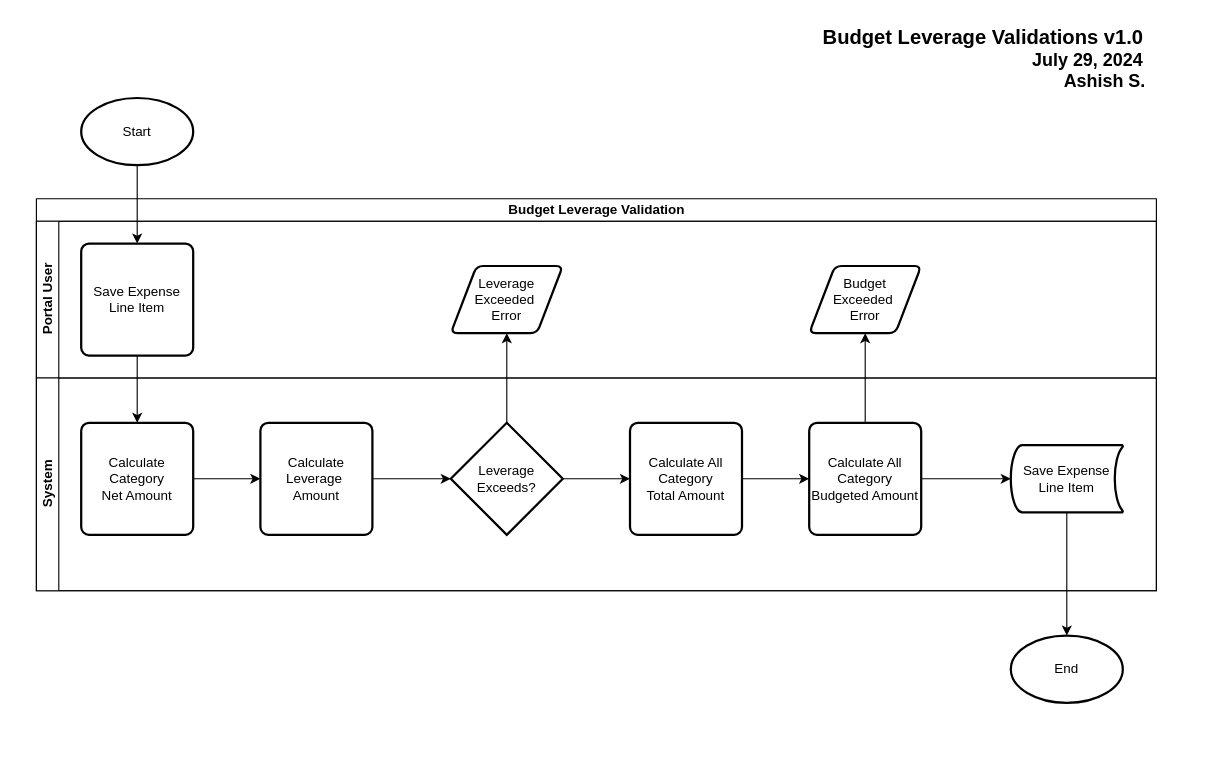
Above: ODH/Ohio.drawio in AshishSinghSFDC/System-Design (draw.io), before the change. Source tidied: cells renumbered, new cells numbered last; positions are measured from the earlier drawing's top-left corner, leaving out a move shared by most shapes. Both pictures are drawn from the tidied source at 112%, with x=0, y=0 at pixel (36, 19).
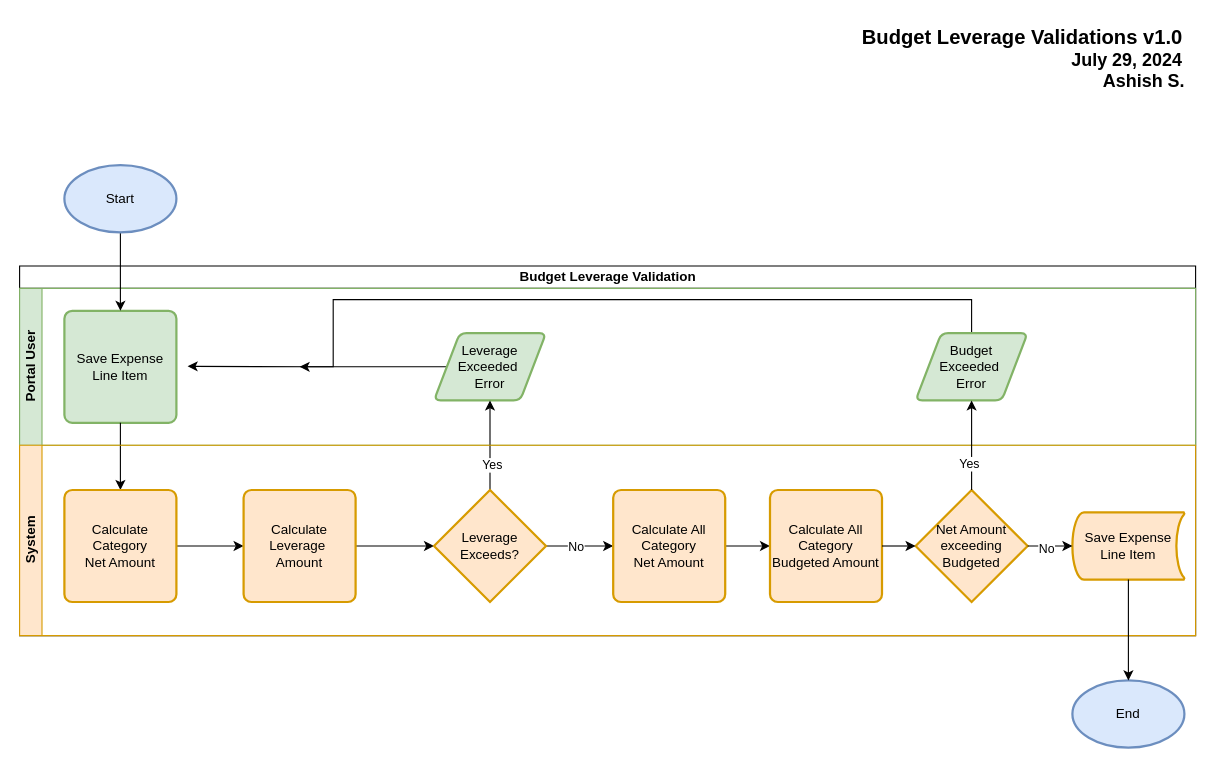
The same page after the edit.

Unchanged cells that the change refers to:
```xml
<mxCell id="12" style="edgeStyle=orthogonalEdgeStyle;rounded=0;jettySize=auto;html=1;" parent="7" edge="1" source="13" target="15">
  <mxGeometry relative="1" as="geometry" />
</mxCell>
```

Change to the diagram source:
```diff
@@
     <mxCell id="2" value="Budget Leverage Validation" style="swimlane;horizontal=1;startSize=20;html=1;" parent="1" vertex="1">
-      <mxGeometry y="160" width="1000" height="350" as="geometry" />
+      <mxGeometry x="-15" y="220" width="1050" height="330" as="geometry" />
     </mxCell>
-    <mxCell id="3" value="Portal User" style="swimlane;startSize=20;horizontal=0;html=1;" parent="2" vertex="1">
-      <mxGeometry y="20" width="1000" height="140" as="geometry" />
+    <mxCell id="3" value="Portal User" style="swimlane;startSize=20;horizontal=0;html=1;fillColor=#d5e8d4;strokeColor=#82b366;" parent="2" vertex="1">
+      <mxGeometry y="20" width="1050" height="140" as="geometry" />
     </mxCell>
-    <mxCell id="4" value="Save Expense Line Item" style="rounded=1;whiteSpace=wrap;html=1;absoluteArcSize=1;arcSize=14;strokeWidth=2;" parent="3" vertex="1">
+    <mxCell id="4" value="Save Expense Line Item" style="rounded=1;whiteSpace=wrap;html=1;absoluteArcSize=1;arcSize=14;strokeWidth=2;fillColor=#d5e8d4;strokeColor=#82b366;" parent="3" vertex="1">
       <mxGeometry x="40" y="20" width="100" height="100" as="geometry" />
     </mxCell>
+    <mxCell id="27" style="edgeStyle=orthogonalEdgeStyle;rounded=0;jettySize=auto;html=1;exitX=0;exitY=0.5;exitDx=0;exitDy=0;" parent="3" edge="1" source="5">
+      <mxGeometry relative="1" as="geometry">
+        <mxPoint x="150" y="69.6" as="targetPoint" />
+      </mxGeometry>
+    </mxCell>
-    <mxCell id="5" value="Leverage Exceeded&amp;nbsp;&lt;div&gt;Error&lt;/div&gt;" style="shape=parallelogram;html=1;strokeWidth=2;perimeter=parallelogramPerimeter;whiteSpace=wrap;rounded=1;arcSize=12;size=0.23;" parent="3" vertex="1">
+    <mxCell id="5" value="Leverage Exceeded&amp;nbsp;&lt;div&gt;Error&lt;/div&gt;" style="shape=parallelogram;html=1;strokeWidth=2;perimeter=parallelogramPerimeter;whiteSpace=wrap;rounded=1;arcSize=12;size=0.23;fillColor=#d5e8d4;strokeColor=#82b366;" parent="3" vertex="1">
       <mxGeometry x="370" y="40" width="100" height="60" as="geometry" />
     </mxCell>
+    <mxCell id="28" style="edgeStyle=none;rounded=0;jettySize=auto;html=1;exitX=0.5;exitY=0;exitDx=0;exitDy=0;" parent="3" edge="1" source="6">
+      <mxGeometry relative="1" as="geometry">
+        <mxPoint x="250" y="70" as="targetPoint" />
+        <Array as="points">
+          <mxPoint x="850" y="10" />
+          <mxPoint x="280" y="10" />
+          <mxPoint x="280" y="70" />
+        </Array>
+      </mxGeometry>
+    </mxCell>
-    <mxCell id="6" value="Budget Exceeded&amp;nbsp;&lt;div&gt;Error&lt;/div&gt;" style="shape=parallelogram;html=1;strokeWidth=2;perimeter=parallelogramPerimeter;whiteSpace=wrap;rounded=1;arcSize=12;size=0.23;" parent="3" vertex="1">
-      <mxGeometry x="690" y="40" width="100" height="60" as="geometry" />
+    <mxCell id="6" value="Budget Exceeded&amp;nbsp;&lt;div&gt;Error&lt;/div&gt;" style="shape=parallelogram;html=1;strokeWidth=2;perimeter=parallelogramPerimeter;whiteSpace=wrap;rounded=1;arcSize=12;size=0.23;fillColor=#d5e8d4;strokeColor=#82b366;" parent="3" vertex="1">
+      <mxGeometry x="800" y="40" width="100" height="60" as="geometry" />
     </mxCell>
+    <mxCell id="19" style="edgeStyle=orthogonalEdgeStyle;rounded=0;jettySize=auto;html=1;" parent="2" edge="1" source="4" target="9">
+      <mxGeometry relative="1" as="geometry" />
+    </mxCell>
+    <mxCell id="20" style="edgeStyle=orthogonalEdgeStyle;rounded=0;jettySize=auto;html=1;exitX=0.5;exitY=0;exitDx=0;exitDy=0;exitPerimeter=0;entryX=0.5;entryY=1;entryDx=0;entryDy=0;" parent="2" edge="1" source="13" target="5">
+      <mxGeometry relative="1" as="geometry" />
+    </mxCell>
+    <mxCell id="29" value="Yes" style="edgeLabel;html=1;align=center;verticalAlign=middle;" parent="20" vertex="1">
+      <mxGeometry x="-0.43" y="-1" relative="1" as="geometry" />
+    </mxCell>
-    <mxCell id="7" value="System" style="swimlane;startSize=20;horizontal=0;html=1;" parent="2" vertex="1">
-      <mxGeometry y="160" width="1000" height="190" as="geometry" />
+    <mxCell id="7" value="System" style="swimlane;startSize=20;horizontal=0;html=1;fillColor=#ffe6cc;strokeColor=#d79b00;" parent="2" vertex="1">
+      <mxGeometry y="160" width="1050" height="170" as="geometry" />
     </mxCell>
@@
-    <mxCell id="9" value="Calculate Category&lt;div&gt;Net Amount&lt;/div&gt;" style="rounded=1;whiteSpace=wrap;html=1;absoluteArcSize=1;arcSize=14;strokeWidth=2;" parent="7" vertex="1">
+    <mxCell id="9" value="Calculate Category&lt;div&gt;Net Amount&lt;/div&gt;" style="rounded=1;whiteSpace=wrap;html=1;absoluteArcSize=1;arcSize=14;strokeWidth=2;fillColor=#ffe6cc;strokeColor=#d79b00;" parent="7" vertex="1">
       <mxGeometry x="40" y="40" width="100" height="100" as="geometry" />
     </mxCell>
@@
-    <mxCell id="11" value="Calculate Leverage&amp;nbsp;&lt;div&gt;Amount&lt;/div&gt;" style="rounded=1;whiteSpace=wrap;html=1;absoluteArcSize=1;arcSize=14;strokeWidth=2;" parent="7" vertex="1">
+    <mxCell id="11" value="Calculate Leverage&amp;nbsp;&lt;div&gt;Amount&lt;/div&gt;" style="rounded=1;whiteSpace=wrap;html=1;absoluteArcSize=1;arcSize=14;strokeWidth=2;fillColor=#ffe6cc;strokeColor=#d79b00;" parent="7" vertex="1">
       <mxGeometry x="200" y="40" width="100" height="100" as="geometry" />
     </mxCell>
@@
+    <mxCell id="30" value="No" style="edgeLabel;html=1;align=center;verticalAlign=middle;" parent="12" vertex="1">
+      <mxGeometry x="-0.15" relative="1" as="geometry" />
+    </mxCell>
-    <mxCell id="13" value="Leverage Exceeds?" style="strokeWidth=2;html=1;shape=mxgraph.flowchart.decision;whiteSpace=wrap;" parent="7" vertex="1">
+    <mxCell id="13" value="Leverage Exceeds?" style="strokeWidth=2;html=1;shape=mxgraph.flowchart.decision;whiteSpace=wrap;fillColor=#ffe6cc;strokeColor=#d79b00;" parent="7" vertex="1">
       <mxGeometry x="370" y="40" width="100" height="100" as="geometry" />
     </mxCell>
@@
-    <mxCell id="15" value="Calculate All Category&lt;div&gt;Total Amount&lt;/div&gt;" style="rounded=1;whiteSpace=wrap;html=1;absoluteArcSize=1;arcSize=14;strokeWidth=2;" parent="7" vertex="1">
+    <mxCell id="15" value="Calculate All Category&lt;div&gt;Net Amount&lt;/div&gt;" style="rounded=1;whiteSpace=wrap;html=1;absoluteArcSize=1;arcSize=14;strokeWidth=2;fillColor=#ffe6cc;strokeColor=#d79b00;" parent="7" vertex="1">
       <mxGeometry x="530" y="40" width="100" height="100" as="geometry" />
     </mxCell>
-    <mxCell id="16" style="edgeStyle=orthogonalEdgeStyle;rounded=0;jettySize=auto;html=1;" parent="7" edge="1" source="17" target="18">
-      <mxGeometry relative="1" as="geometry" />
-    </mxCell>
-    <mxCell id="17" value="Calculate All Category&lt;div&gt;Budgeted Amount&lt;/div&gt;" style="rounded=1;whiteSpace=wrap;html=1;absoluteArcSize=1;arcSize=14;strokeWidth=2;" parent="7" vertex="1">
-      <mxGeometry x="690" y="40" width="100" height="100" as="geometry" />
+    <mxCell id="17" value="Calculate All Category&lt;div&gt;Budgeted Amount&lt;/div&gt;" style="rounded=1;whiteSpace=wrap;html=1;absoluteArcSize=1;arcSize=14;strokeWidth=2;fillColor=#ffe6cc;strokeColor=#d79b00;" parent="7" vertex="1">
+      <mxGeometry x="670" y="40" width="100" height="100" as="geometry" />
     </mxCell>
-    <mxCell id="18" value="Save Expense&lt;div&gt;Line Item&lt;/div&gt;" style="strokeWidth=2;html=1;shape=mxgraph.flowchart.stored_data;whiteSpace=wrap;" parent="7" vertex="1">
-      <mxGeometry x="870" y="60" width="100" height="60" as="geometry" />
+    <mxCell id="18" value="Save Expense&lt;div&gt;Line Item&lt;/div&gt;" style="strokeWidth=2;html=1;shape=mxgraph.flowchart.stored_data;whiteSpace=wrap;fillColor=#ffe6cc;strokeColor=#d79b00;" parent="7" vertex="1">
+      <mxGeometry x="940" y="60" width="100" height="60" as="geometry" />
     </mxCell>
-    <mxCell id="19" style="edgeStyle=orthogonalEdgeStyle;rounded=0;jettySize=auto;html=1;" parent="2" edge="1" source="4" target="9">
-      <mxGeometry relative="1" as="geometry" />
-    </mxCell>
-    <mxCell id="20" style="edgeStyle=orthogonalEdgeStyle;rounded=0;jettySize=auto;html=1;exitX=0.5;exitY=0;exitDx=0;exitDy=0;exitPerimeter=0;entryX=0.5;entryY=1;entryDx=0;entryDy=0;" parent="2" edge="1" source="13" target="5">
-      <mxGeometry relative="1" as="geometry" />
-    </mxCell>
-    <mxCell id="21" style="edgeStyle=orthogonalEdgeStyle;rounded=0;jettySize=auto;html=1;exitX=0.5;exitY=0;exitDx=0;exitDy=0;entryX=0.5;entryY=1;entryDx=0;entryDy=0;" parent="2" edge="1" source="17" target="6">
-      <mxGeometry relative="1" as="geometry" />
-    </mxCell>
+    <mxCell id="31" value="Net Amount&lt;div&gt;exceeding&lt;/div&gt;&lt;div&gt;Budgeted&lt;/div&gt;" style="strokeWidth=2;html=1;shape=mxgraph.flowchart.decision;whiteSpace=wrap;fillColor=#ffe6cc;strokeColor=#d79b00;" parent="7" vertex="1">
+      <mxGeometry x="800" y="40" width="100" height="100" as="geometry" />
+    </mxCell>
+    <mxCell id="32" style="edgeStyle=none;rounded=0;jettySize=auto;html=1;exitX=1;exitY=0.5;exitDx=0;exitDy=0;exitPerimeter=0;entryX=0;entryY=0.5;entryDx=0;entryDy=0;entryPerimeter=0;" parent="7" edge="1" source="31" target="18">
+      <mxGeometry relative="1" as="geometry" />
+    </mxCell>
+    <mxCell id="33" value="No" style="edgeLabel;html=1;align=center;verticalAlign=middle;" parent="32" vertex="1">
+      <mxGeometry x="-0.2" y="-2" relative="1" as="geometry" />
+    </mxCell>
+    <mxCell id="34" style="edgeStyle=none;rounded=0;jettySize=auto;html=1;exitX=1;exitY=0.5;exitDx=0;exitDy=0;entryX=0;entryY=0.5;entryDx=0;entryDy=0;entryPerimeter=0;" parent="7" edge="1" source="17" target="31">
+      <mxGeometry relative="1" as="geometry" />
+    </mxCell>
+    <mxCell id="35" style="edgeStyle=none;rounded=0;jettySize=auto;html=1;" parent="2" edge="1" source="31" target="6">
+      <mxGeometry relative="1" as="geometry" />
+    </mxCell>
+    <mxCell id="36" value="Yes" style="edgeLabel;html=1;align=center;verticalAlign=middle;" parent="35" vertex="1">
+      <mxGeometry x="-0.37" y="3" relative="1" as="geometry">
+        <mxPoint y="1" as="offset" />
+      </mxGeometry>
+    </mxCell>
     <mxCell id="22" value="&lt;font style=&quot;font-size: 18px;&quot;&gt;&lt;b&gt;&lt;span style=&quot;white-space: pre;&quot;&gt;&lt;span style=&quot;white-space: pre;&quot;&gt;&#9;&lt;/span&gt;&lt;/span&gt;Budget Leverage Validations v1.0&lt;/b&gt;&lt;/font&gt;&lt;div&gt;&lt;font size=&quot;3&quot;&gt;&lt;b&gt;&lt;span style=&quot;white-space: pre;&quot;&gt;&#9;&lt;/span&gt;&lt;span style=&quot;white-space: pre;&quot;&gt;&#9;&lt;/span&gt;&lt;span style=&quot;white-space: pre;&quot;&gt;&#9;&lt;/span&gt;&lt;span style=&quot;white-space: pre;&quot;&gt;&#9;&lt;span style=&quot;white-space: pre;&quot;&gt;&#9;&lt;/span&gt;&lt;span style=&quot;white-space: pre;&quot;&gt;&#9;&lt;/span&gt; &lt;/span&gt;&amp;nbsp; July 29, 2024&lt;/b&gt;&lt;/font&gt;&lt;/div&gt;&lt;div&gt;&lt;b style=&quot;background-color: initial; font-size: medium;&quot;&gt;&lt;span style=&quot;white-space: pre;&quot;&gt;&#9;&lt;/span&gt;&lt;span style=&quot;white-space: pre;&quot;&gt;&#9;&lt;/span&gt;&lt;span style=&quot;white-space: pre;&quot;&gt;&#9;&lt;/span&gt;&lt;span style=&quot;white-space: pre;&quot;&gt;&#9;&lt;/span&gt;&lt;span style=&quot;white-space: pre;&quot;&gt;&#9;&lt;/span&gt;&lt;span style=&quot;white-space: pre;&quot;&gt;&#9;&lt;/span&gt;&lt;span style=&quot;white-space: pre;&quot;&gt;&#9;&lt;/span&gt;&amp;nbsp; Ashish S.&lt;/b&gt;&lt;font size=&quot;3&quot;&gt;&lt;b&gt;&lt;br&gt;&lt;/b&gt;&lt;/font&gt;&lt;/div&gt;" style="text;html=1;align=center;verticalAlign=middle;strokeColor=none;fillColor=none;" parent="1" vertex="1">
-      <mxGeometry x="650" width="350" height="70" as="geometry" />
+      <mxGeometry x="685" width="350" height="70" as="geometry" />
     </mxCell>
@@
-    <mxCell id="24" value="Start" style="strokeWidth=2;html=1;shape=mxgraph.flowchart.start_1;whiteSpace=wrap;" parent="1" vertex="1">
-      <mxGeometry x="40" y="70" width="100" height="60" as="geometry" />
+    <mxCell id="24" value="Start" style="strokeWidth=2;html=1;shape=mxgraph.flowchart.start_1;whiteSpace=wrap;fillColor=#dae8fc;strokeColor=#6c8ebf;" parent="1" vertex="1">
+      <mxGeometry x="25" y="130" width="100" height="60" as="geometry" />
     </mxCell>
-    <mxCell id="25" value="End" style="strokeWidth=2;html=1;shape=mxgraph.flowchart.start_1;whiteSpace=wrap;" parent="1" vertex="1">
-      <mxGeometry x="870" y="550" width="100" height="60" as="geometry" />
+    <mxCell id="25" value="End" style="strokeWidth=2;html=1;shape=mxgraph.flowchart.start_1;whiteSpace=wrap;fillColor=#dae8fc;strokeColor=#6c8ebf;" parent="1" vertex="1">
+      <mxGeometry x="925" y="590" width="100" height="60" as="geometry" />
     </mxCell>
```
